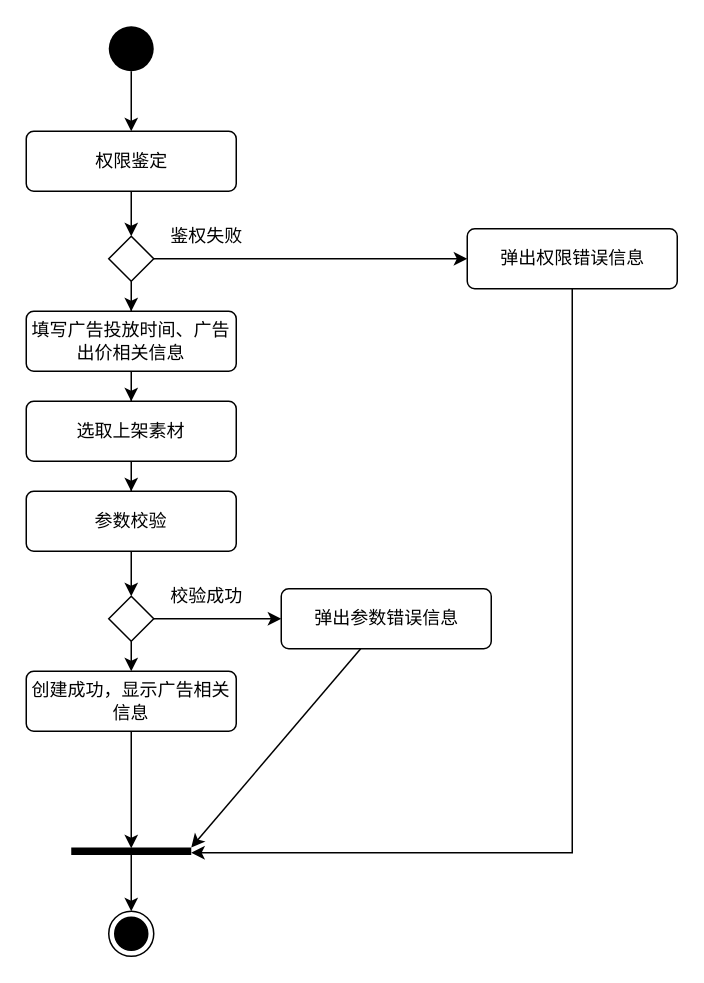
Earlier version of the draw.io diagram 4-7.drawio (Hope-of-countryside/learnGit). Source tidied: cells renumbered, new cells numbered last; positions are measured from the earlier drawing's top-left corner, leaving out a move shared by most shapes. Both pictures are drawn from the tidied source at 150%, with x=0, y=0 at pixel (26, 26).
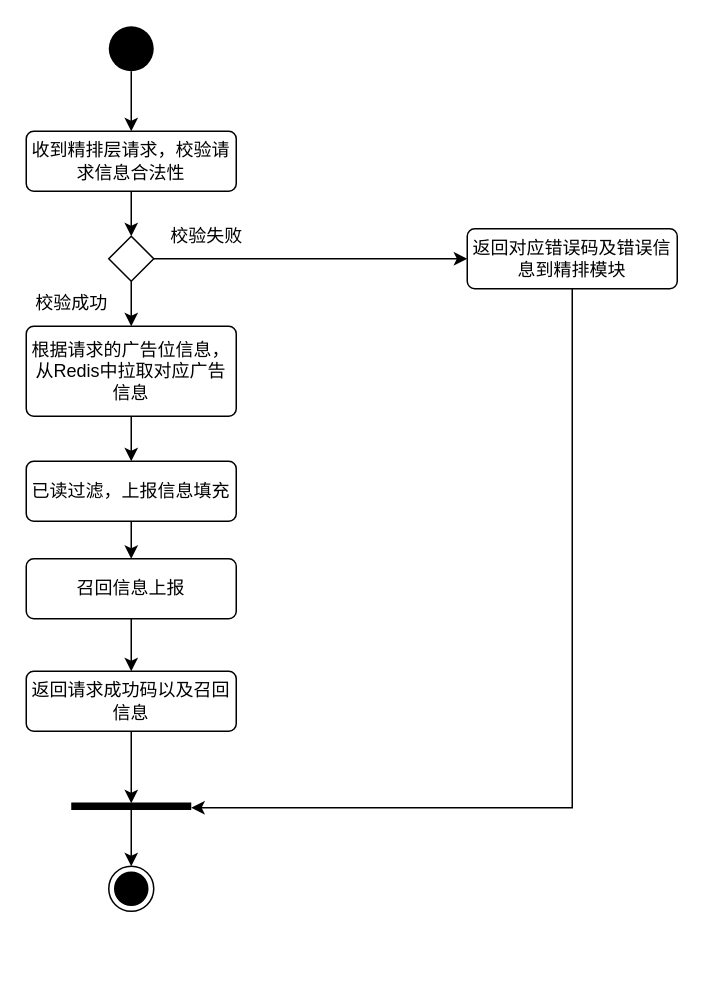
Above is the later version.

The edit, as a diff of the source:
```diff
@@
-    <mxCell id="5" value="权限鉴定" style="html=1;align=center;verticalAlign=middle;rounded=1;absoluteArcSize=1;arcSize=10;dashed=0;shadow=0;" parent="1" vertex="1">
+    <mxCell id="5" value="收到精排层请求，校验请求信息合法性" style="html=1;align=center;verticalAlign=middle;rounded=1;absoluteArcSize=1;arcSize=10;dashed=0;shadow=0;whiteSpace=wrap;" parent="1" vertex="1">
       <mxGeometry y="70" width="140" height="40" as="geometry" />
     </mxCell>
@@
     <mxCell id="7" style="html=1;points=[];perimeter=orthogonalPerimeter;fillColor=#000000;strokeColor=none;shadow=0;verticalAlign=middle;rotation=90;" parent="1" vertex="1">
-      <mxGeometry x="67.5" y="510" width="5" height="80" as="geometry" />
+      <mxGeometry x="67.5" y="480" width="5" height="80" as="geometry" />
     </mxCell>
     <mxCell id="8" style="ellipse;html=1;shape=endState;fillColor=#000000;strokeColor=#000000;shadow=0;verticalAlign=middle;" parent="1" vertex="1">
-      <mxGeometry x="55" y="590" width="30" height="30" as="geometry" />
+      <mxGeometry x="55" y="560" width="30" height="30" as="geometry" />
     </mxCell>
@@
     <mxCell id="12" style="edgeStyle=orthogonalEdgeStyle;rounded=0;jettySize=auto;html=1;entryX=0.7;entryY=0;entryDx=0;entryDy=0;entryPerimeter=0;" parent="1" edge="1" source="13" target="7">
       <mxGeometry relative="1" as="geometry">
         <Array as="points">
-          <mxPoint x="364" y="551" />
+          <mxPoint x="364" y="521" />
         </Array>
       </mxGeometry>
     </mxCell>
-    <mxCell id="13" value="弹出权限错误信息" style="html=1;align=center;verticalAlign=middle;rounded=1;absoluteArcSize=1;arcSize=10;dashed=0;shadow=0;gradientColor=none;" parent="1" vertex="1">
+    <mxCell id="13" value="返回对应错误码及错误信息到精排模块" style="html=1;align=center;verticalAlign=middle;rounded=1;absoluteArcSize=1;arcSize=10;dashed=0;shadow=0;gradientColor=none;whiteSpace=wrap;" parent="1" vertex="1">
       <mxGeometry x="294" y="135" width="140" height="40" as="geometry" />
     </mxCell>
-    <mxCell id="14" value="鉴权失败" style="text;html=1;align=center;verticalAlign=middle;strokeColor=none;" parent="1" vertex="1">
+    <mxCell id="14" value="校验失败" style="text;html=1;align=center;verticalAlign=middle;strokeColor=none;" parent="1" vertex="1">
       <mxGeometry x="90" y="130" width="60" height="20" as="geometry" />
     </mxCell>
@@
-    <mxCell id="16" value="填写广告投放时间、广告出价相关信息" style="html=1;align=center;verticalAlign=middle;rounded=1;absoluteArcSize=1;arcSize=10;dashed=0;shadow=0;whiteSpace=wrap;" parent="1" vertex="1">
-      <mxGeometry y="190" width="140" height="40" as="geometry" />
+    <mxCell id="16" value="根据请求的广告位信息，从Redis中拉取对应广告信息" style="html=1;align=center;verticalAlign=middle;rounded=1;absoluteArcSize=1;arcSize=10;dashed=0;shadow=0;whiteSpace=wrap;" parent="1" vertex="1">
+      <mxGeometry y="200" width="140" height="60" as="geometry" />
     </mxCell>
@@
-    <mxCell id="18" value="选取上架素材" style="html=1;align=center;verticalAlign=middle;rounded=1;absoluteArcSize=1;arcSize=10;dashed=0;shadow=0;whiteSpace=wrap;" parent="1" vertex="1">
-      <mxGeometry y="250" width="140" height="40" as="geometry" />
+    <mxCell id="18" value="已读过滤，上报信息填充" style="html=1;align=center;verticalAlign=middle;rounded=1;absoluteArcSize=1;arcSize=10;dashed=0;shadow=0;whiteSpace=wrap;" parent="1" vertex="1">
+      <mxGeometry y="290" width="140" height="40" as="geometry" />
     </mxCell>
-    <mxCell id="19" style="edgeStyle=orthogonalEdgeStyle;rounded=0;jettySize=auto;html=1;" parent="1" edge="1" source="20" target="23">
+    <mxCell id="19" style="edgeStyle=orthogonalEdgeStyle;rounded=0;jettySize=auto;html=1;entryX=0.5;entryY=0;entryDx=0;entryDy=0;" parent="1" edge="1" source="20" target="27">
       <mxGeometry relative="1" as="geometry" />
     </mxCell>
-    <mxCell id="20" value="参数校验" style="html=1;align=center;verticalAlign=middle;rounded=1;absoluteArcSize=1;arcSize=10;dashed=0;shadow=0;whiteSpace=wrap;" parent="1" vertex="1">
-      <mxGeometry y="310" width="140" height="40" as="geometry" />
+    <mxCell id="20" value="召回信息上报" style="html=1;align=center;verticalAlign=middle;rounded=1;absoluteArcSize=1;arcSize=10;dashed=0;shadow=0;whiteSpace=wrap;" parent="1" vertex="1">
+      <mxGeometry y="355" width="140" height="40" as="geometry" />
     </mxCell>
-    <mxCell id="21" style="edgeStyle=orthogonalEdgeStyle;rounded=0;jettySize=auto;html=1;" parent="1" edge="1" source="23" target="25">
-      <mxGeometry relative="1" as="geometry" />
-    </mxCell>
-    <mxCell id="22" style="edgeStyle=none;rounded=0;jettySize=auto;html=1;" parent="1" edge="1" source="23" target="27">
-      <mxGeometry relative="1" as="geometry" />
-    </mxCell>
-    <mxCell id="23" style="rhombus;shadow=0;gradientColor=none;verticalAlign=middle;" parent="1" vertex="1">
-      <mxGeometry x="55" y="380" width="30" height="30" as="geometry" />
-    </mxCell>
-    <mxCell id="24" style="rounded=0;jettySize=auto;html=1;" parent="1" edge="1" source="25" target="7">
-      <mxGeometry relative="1" as="geometry" />
-    </mxCell>
-    <mxCell id="25" value="弹出参数错误信息" style="html=1;align=center;verticalAlign=middle;rounded=1;absoluteArcSize=1;arcSize=10;dashed=0;shadow=0;gradientColor=none;" parent="1" vertex="1">
-      <mxGeometry x="170" y="375" width="140" height="40" as="geometry" />
-    </mxCell>
@@
-    <mxCell id="27" value="创建成功，显示广告相关信息" style="html=1;align=center;verticalAlign=middle;rounded=1;absoluteArcSize=1;arcSize=10;dashed=0;shadow=0;gradientColor=none;whiteSpace=wrap;" parent="1" vertex="1">
+    <mxCell id="27" value="返回请求成功码以及召回信息" style="html=1;align=center;verticalAlign=middle;rounded=1;absoluteArcSize=1;arcSize=10;dashed=0;shadow=0;gradientColor=none;whiteSpace=wrap;" parent="1" vertex="1">
       <mxGeometry y="430" width="140" height="40" as="geometry" />
     </mxCell>
     <mxCell id="28" value="校验成功" style="text;html=1;align=center;verticalAlign=middle;strokeColor=none;" parent="1" vertex="1">
-      <mxGeometry x="90" y="370" width="60" height="20" as="geometry" />
+      <mxGeometry y="175" width="60" height="20" as="geometry" />
     </mxCell>
```
